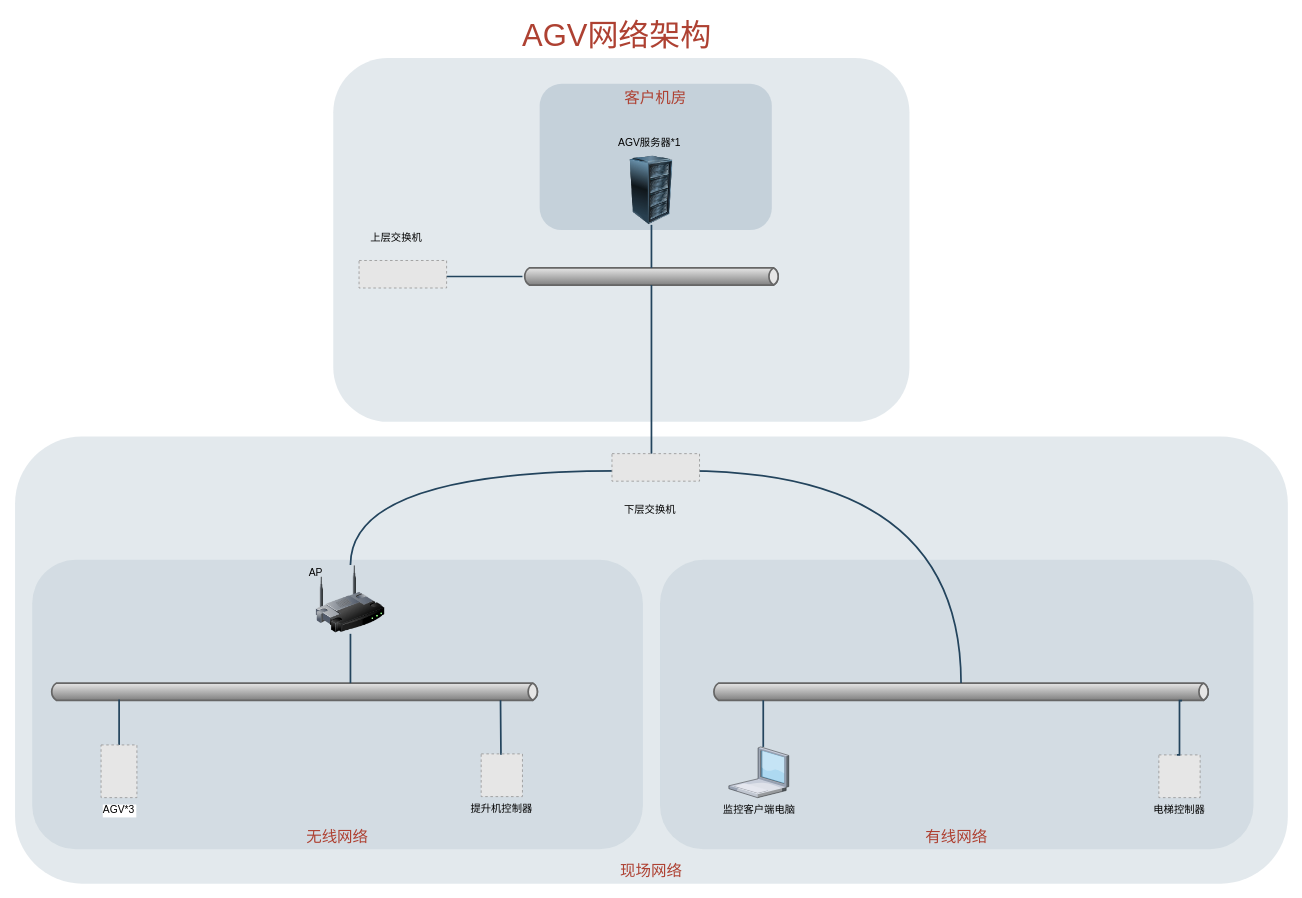
Earlier version of the draw.io diagram data/吴太网络拓扑图.drawio (chenyanxi/hosts). Source tidied: cells renumbered, new cells numbered last; positions are measured from the earlier drawing's top-left corner, leaving out a move shared by most shapes. Both pictures are drawn from the tidied source at 86%, with x=0, y=0 at pixel (15, 15). Pictures stored in the file or linked from it are replaced by grey dashed boxes.
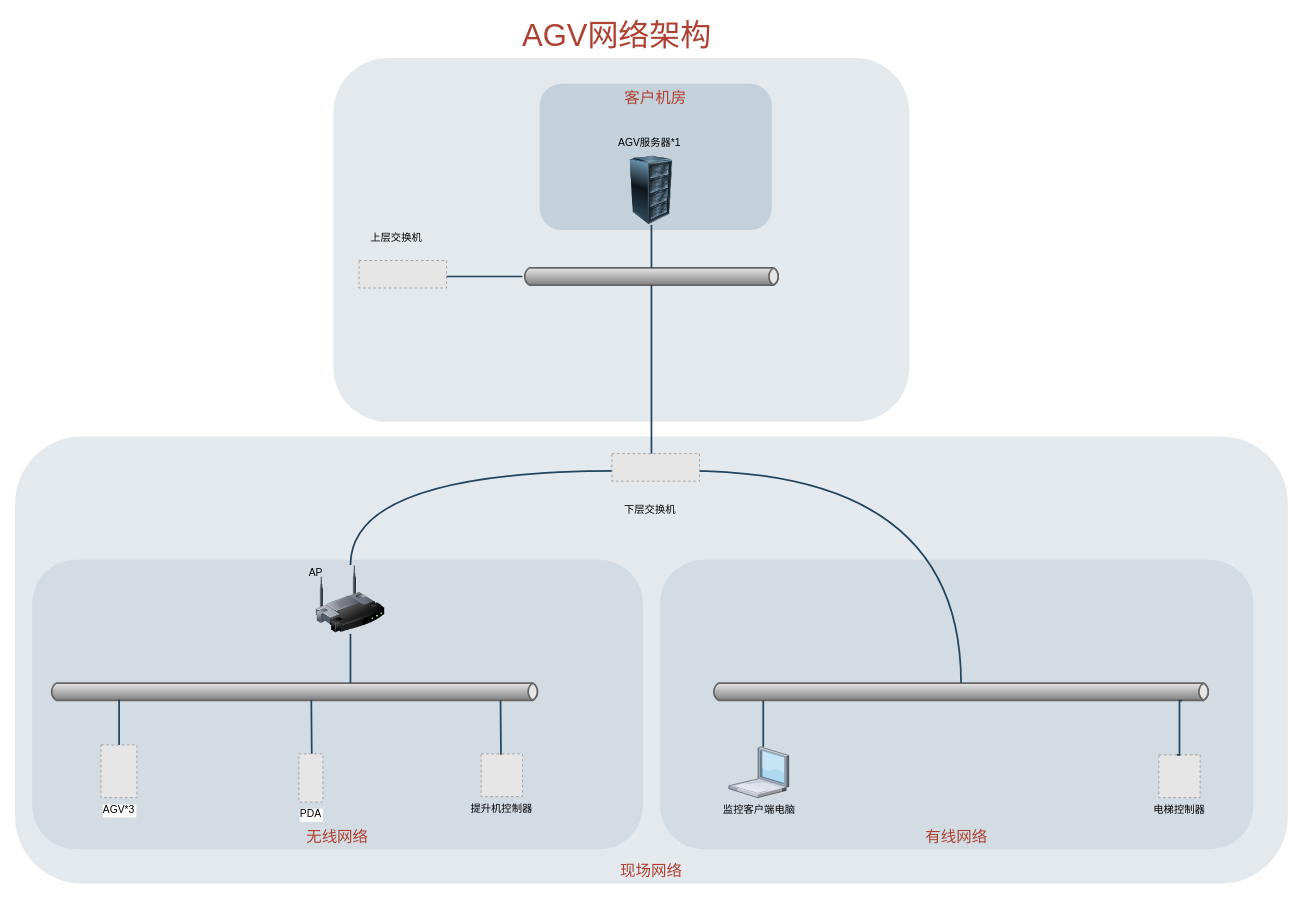
Above is the later version.

Commit message (it also covers changes not shown here):
更新吴太网络拓扑图.drawio

Change to the diagram source:
```diff
@@
+    <mxCell id="34" style="edgeStyle=elbowEdgeStyle;strokeWidth=2;rounded=0;endArrow=none;startArrow=none;startSize=10;endSize=10;dashed=0;html=1;strokeColor=#23445D;fontSize=18;fontColor=#F08705;startFill=0;endFill=0;fontStyle=0;entryX=0.5;entryY=0;entryDx=0;entryDy=0;exitX=0;exitY=1;exitDx=80;exitDy=0;exitPerimeter=0;" parent="1" edge="1">
+      <mxGeometry relative="1" as="geometry">
+        <mxPoint x="344.5" y="796.8" as="sourcePoint" />
+        <mxPoint x="346" y="859.1" as="targetPoint" />
+      </mxGeometry>
+    </mxCell>
+    <mxCell id="35" value="PDA" style="fillColor=#E6E6E6;strokeColor=#999999;dashed=1;verticalLabelPosition=bottom;labelBackgroundColor=default;verticalAlign=top;" parent="1" vertex="1">
+      <mxGeometry x="330" y="859.1" width="28" height="56" as="geometry" />
+    </mxCell>
```
